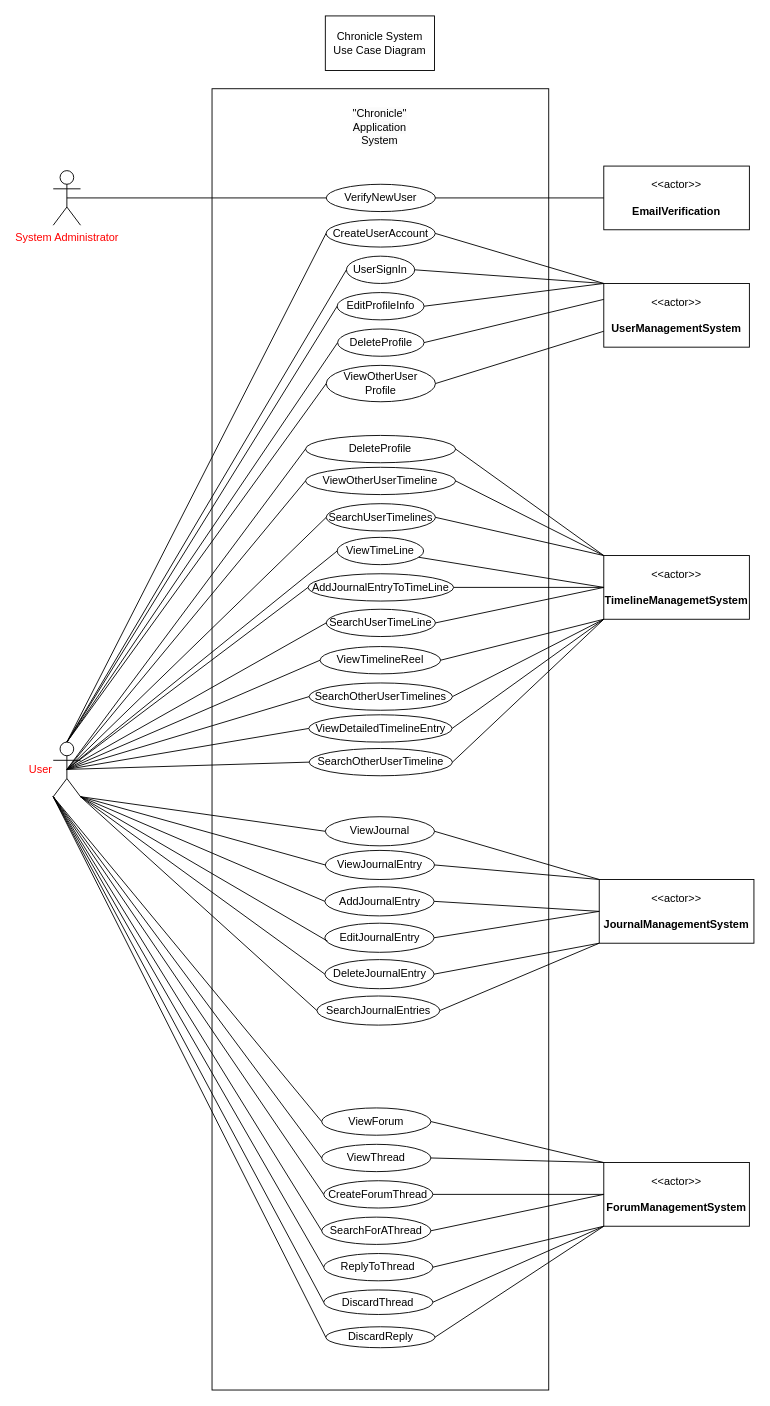
Vaibhav-G-Parmar/Chronicle-Your-Ultimate-Travel-Companion keeps this draw.io diagram as page "ApplicationSystemUseCaseDiagram" (1 of 17) of Week-7-Team-04-Use Case Diagrams (2).drawio. Above is the earlier version. Source tidied: cells renumbered, new cells numbered last; positions are measured from the earlier drawing's top-left corner, leaving out a move shared by most shapes. Both pictures are drawn from the tidied source at 91%, with x=0, y=0 at pixel (53, 15).
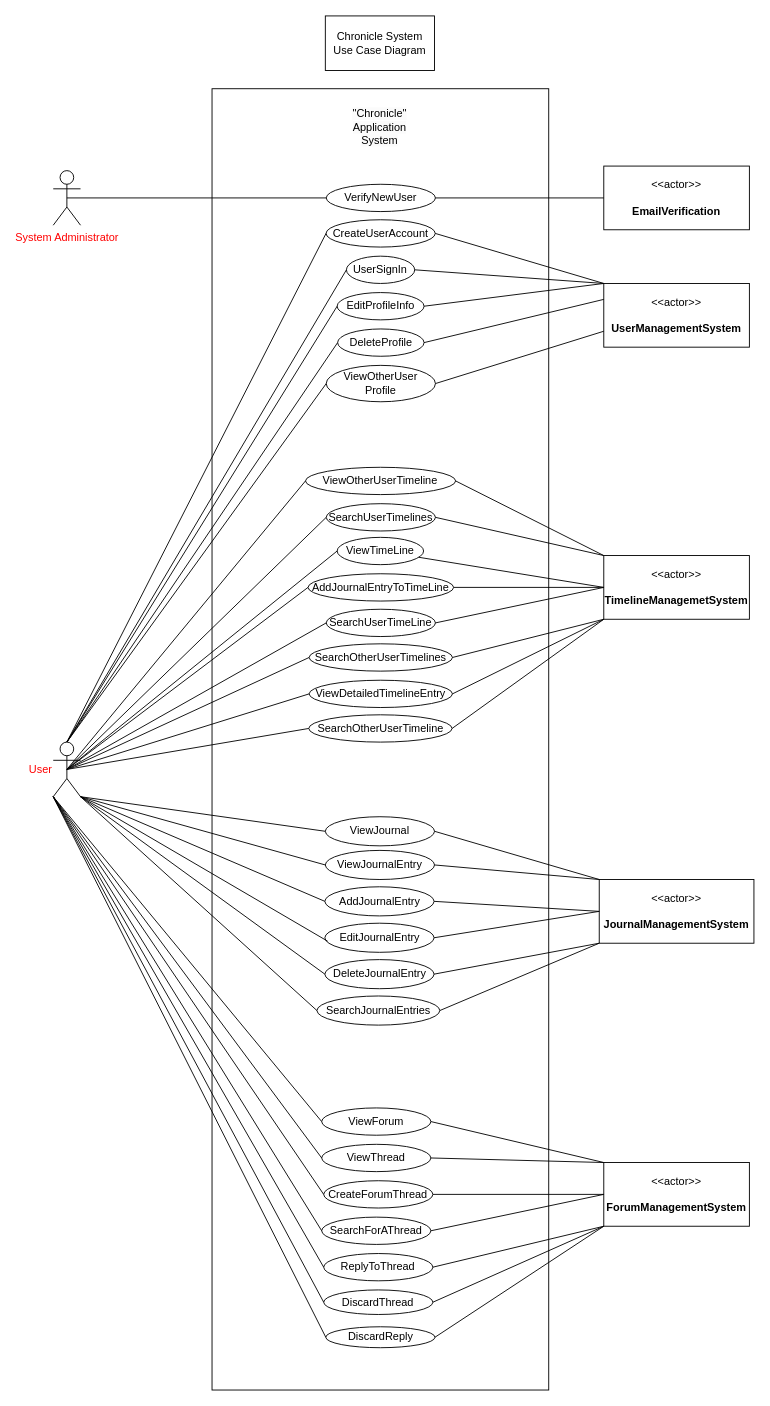
The same diagram, later.

The change refers to these unchanged cells:
```xml
<mxCell id="16" value="&amp;lt;&amp;lt;actor&amp;gt;&amp;gt;&lt;br&gt;&lt;br&gt;&lt;b style=&quot;border-color: var(--border-color);&quot;&gt;TimelineManagemetSystem&lt;/b&gt;&lt;b&gt;&lt;br&gt;&lt;/b&gt;" style="html=1;align=center;verticalAlign=middle;dashed=0;whiteSpace=wrap;" parent="1" vertex="1">
  <mxGeometry x="605" y="593" width="160" height="70" as="geometry" />
</mxCell>
<mxCell id="79" value="User" style="shape=umlActor;verticalLabelPosition=middle;verticalAlign=middle;html=1;outlineConnect=0;fontColor=#ff0000;labelPosition=left;align=right;" parent="1" vertex="1">
  <mxGeometry y="798" width="30" height="60" as="geometry" />
</mxCell>
```

Change to the diagram source:
```diff
@@
-    <mxCell id="35" value="ViewTimelineReel" style="ellipse;whiteSpace=wrap;html=1;" parent="1" vertex="1">
-      <mxGeometry x="293.2" y="693" width="132.5" height="30" as="geometry" />
-    </mxCell>
-    <mxCell id="36" style="endArrow=none;html=1;rounded=0;entryX=0;entryY=0.5;entryDx=0;entryDy=0;exitX=0.5;exitY=0.5;exitDx=0;exitDy=0;exitPerimeter=0;" parent="1" edge="1" source="79" target="35">
-      <mxGeometry relative="1" as="geometry" />
-    </mxCell>
-    <mxCell id="37" style="endArrow=none;html=1;rounded=0;entryX=0;entryY=1;entryDx=0;entryDy=0;exitX=1;exitY=0.5;exitDx=0;exitDy=0;" parent="1" edge="1" source="35" target="16">
-      <mxGeometry relative="1" as="geometry" />
-    </mxCell>
     <mxCell id="38" value="SearchOtherUserTimelines" style="ellipse;whiteSpace=wrap;html=1;" parent="1" vertex="1">
-      <mxGeometry x="281.2" y="733" width="157.5" height="30" as="geometry" />
+      <mxGeometry x="281.2" y="690" width="157.5" height="30" as="geometry" />
     </mxCell>
@@
     <mxCell id="57" value="ViewDetailedTimelineEntry" style="ellipse;whiteSpace=wrap;html=1;" parent="1" vertex="1">
-      <mxGeometry x="280.8" y="768" width="157.5" height="30" as="geometry" />
+      <mxGeometry x="281.2" y="730" width="157.5" height="30" as="geometry" />
     </mxCell>
@@
-    <mxCell id="63" value="DeleteProfile" style="ellipse;whiteSpace=wrap;html=1;" parent="1" vertex="1">
-      <mxGeometry x="277.2" y="461" width="165" height="30" as="geometry" />
-    </mxCell>
-    <mxCell id="64" style="endArrow=none;html=1;rounded=0;entryX=0;entryY=0.5;entryDx=0;entryDy=0;exitX=0.5;exitY=0.5;exitDx=0;exitDy=0;exitPerimeter=0;" parent="1" edge="1" source="79" target="63">
-      <mxGeometry relative="1" as="geometry" />
-    </mxCell>
-    <mxCell id="65" style="endArrow=none;html=1;rounded=0;exitX=1;exitY=0.5;exitDx=0;exitDy=0;entryX=0;entryY=0;entryDx=0;entryDy=0;" parent="1" edge="1" source="63" target="16">
-      <mxGeometry relative="1" as="geometry" />
-    </mxCell>
@@
     <mxCell id="89" value="SearchOtherUserTimeline" style="ellipse;whiteSpace=wrap;html=1;" parent="1" vertex="1">
-      <mxGeometry x="281.2" y="805" width="157.5" height="30" as="geometry" />
+      <mxGeometry x="280.8" y="768" width="157.5" height="30" as="geometry" />
     </mxCell>
```
